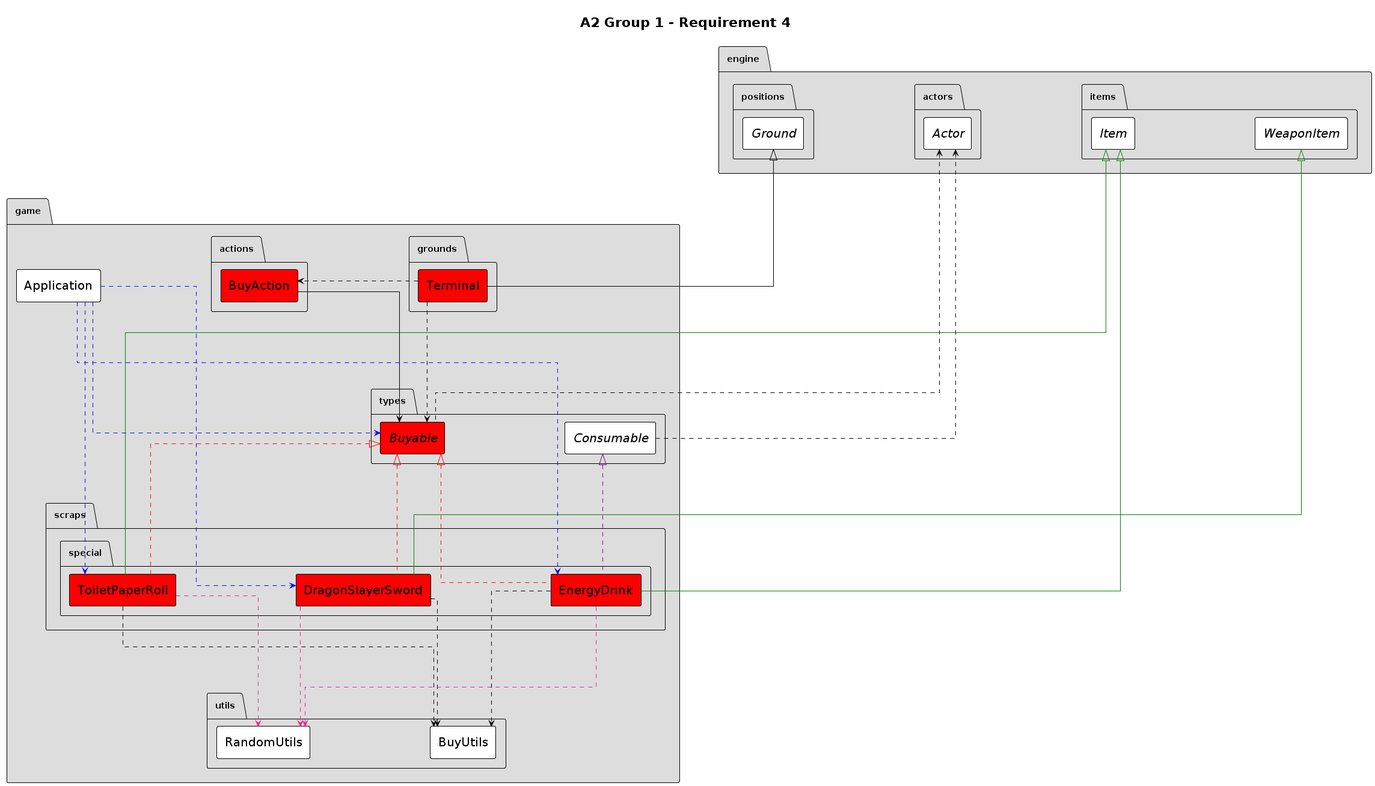
The PlantUML diagram docs/design/assignment2/req04_uml_class.png in BryanChow0112/StaticFactory, before a commit.
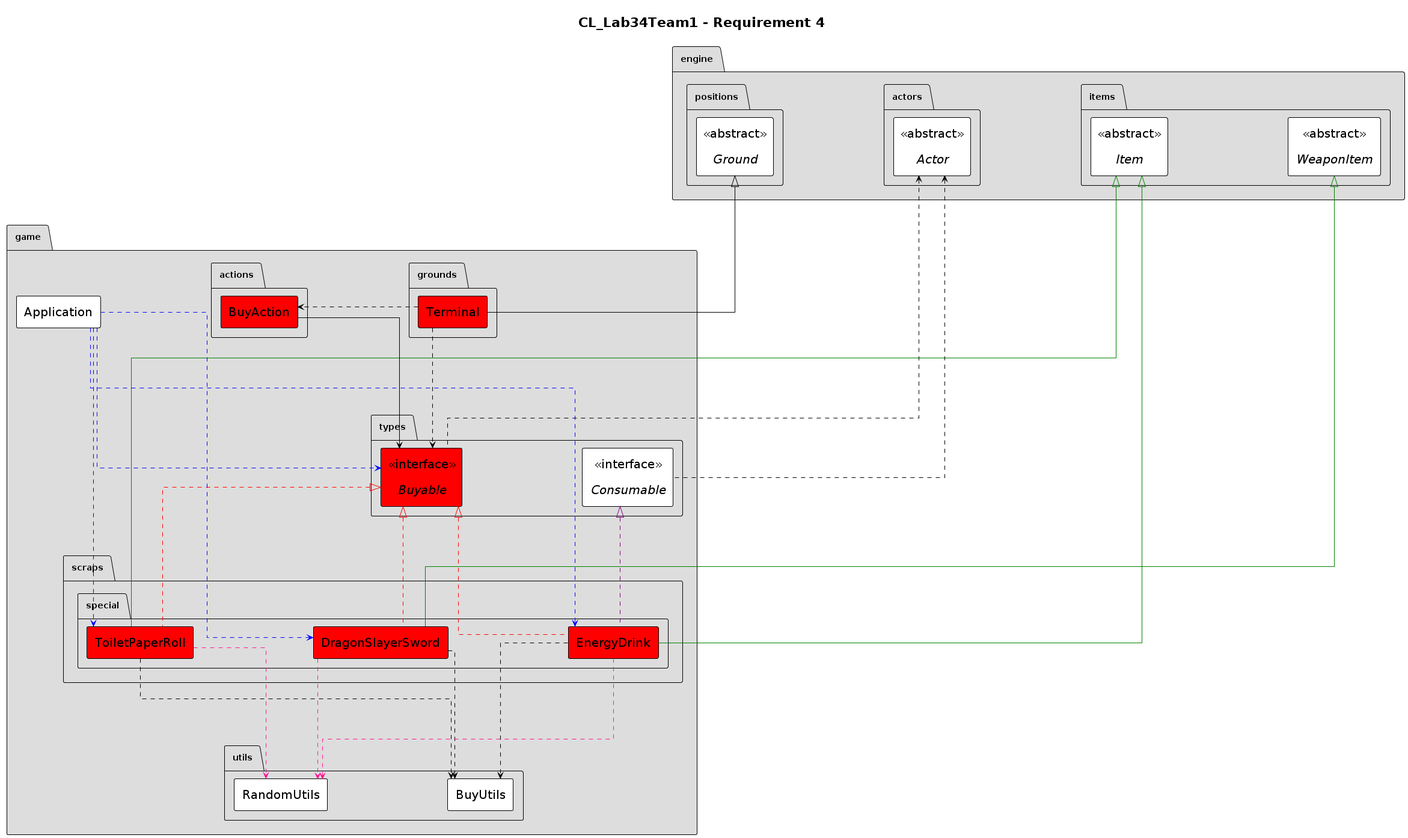
Later version of the same file.

Change to the diagram source:
```diff
@@ -17,19 +17,19 @@
 skinparam packagedistance 30
 skinparam classaxisdistance 60
 
-title A2 Group 1 - Requirement 4
+title CL_Lab34Team1 - Requirement 4
 
 package engine.positions {
-  abstract class Ground
+  abstract class Ground <<abstract>>
 }
 
 package engine.actors {
-  abstract class Actor
+  abstract class Actor <<abstract>>
 }
 
 package engine.items {
-  abstract class Item
-  abstract class WeaponItem
+  abstract class Item <<abstract>>
+  abstract class WeaponItem <<abstract>>
 }
 
 engine.items.WeaponItem <|-[#green]- game.scraps.special.DragonSlayerSword
@@ -63,8 +63,8 @@
 engine.actors.Actor <.. game.types.Buyable
 engine.actors.Actor <.. game.types.Consumable
 package game.types {
-  interface Buyable #red
-  interface Consumable
+  interface Buyable <<interface>> #red
+  interface Consumable <<interface>>
 }
 
 game.actions.BuyAction --> game.types.Buyable
```
